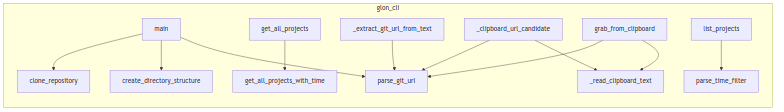
Earlier version of the Mermaid export project/calls.png (tom-sapletta-com/glon). Its source is kept beside it as project/calls.mmd. Source of this version:
```mermaid
flowchart LR
    subgraph glon_cli
        glon__cli__main["main"]
        glon__cli___extract_git_url_from_text["_extract_git_url_from_text"]
        glon__cli__create_directory_structure["create_directory_structure"]
        glon__cli__grab_from_clipboard["grab_from_clipboard"]
        glon__cli__get_all_projects_with_time["get_all_projects_with_time"]
        glon__cli__parse_git_url["parse_git_url"]
        glon__cli__list_projects["list_projects"]
        glon__cli___read_clipboard_text["_read_clipboard_text"]
        glon__cli__clone_repository["clone_repository"]
        glon__cli__parse_time_filter["parse_time_filter"]
        glon__cli__get_all_projects["get_all_projects"]
        glon__cli___clipboard_url_candidate["_clipboard_url_candidate"]
    end
    glon__cli__get_all_projects --> glon__cli__get_all_projects_with_time
    glon__cli___extract_git_url_from_text --> glon__cli__parse_git_url
    glon__cli___clipboard_url_candidate --> glon__cli___read_clipboard_text
    glon__cli___clipboard_url_candidate --> glon__cli__parse_git_url
    glon__cli__grab_from_clipboard --> glon__cli___read_clipboard_text
    glon__cli__grab_from_clipboard --> glon__cli__parse_git_url
    glon__cli__list_projects --> glon__cli__parse_time_filter
    glon__cli__main --> glon__cli__parse_git_url
    glon__cli__main --> glon__cli__create_directory_structure
    glon__cli__main --> glon__cli__clone_repository
```
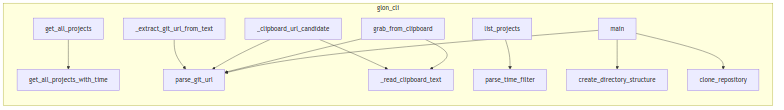
The same file after the commit.

What changed in the source:
```diff
@@ -1,17 +1,17 @@
 flowchart LR
     subgraph glon_cli
+        glon__cli__get_all_projects["get_all_projects"]
+        glon__cli__list_projects["list_projects"]
+        glon__cli__grab_from_clipboard["grab_from_clipboard"]
+        glon__cli___extract_git_url_from_text["_extract_git_url_from_text"]
+        glon__cli__parse_time_filter["parse_time_filter"]
+        glon__cli__create_directory_structure["create_directory_structure"]
+        glon__cli__parse_git_url["parse_git_url"]
+        glon__cli__get_all_projects_with_time["get_all_projects_with_time"]
+        glon__cli__clone_repository["clone_repository"]
         glon__cli__main["main"]
-        glon__cli___extract_git_url_from_text["_extract_git_url_from_text"]
-        glon__cli__create_directory_structure["create_directory_structure"]
-        glon__cli__grab_from_clipboard["grab_from_clipboard"]
-        glon__cli__get_all_projects_with_time["get_all_projects_with_time"]
-        glon__cli__parse_git_url["parse_git_url"]
-        glon__cli__list_projects["list_projects"]
+        glon__cli___clipboard_url_candidate["_clipboard_url_candidate"]
         glon__cli___read_clipboard_text["_read_clipboard_text"]
-        glon__cli__clone_repository["clone_repository"]
-        glon__cli__parse_time_filter["parse_time_filter"]
-        glon__cli__get_all_projects["get_all_projects"]
-        glon__cli___clipboard_url_candidate["_clipboard_url_candidate"]
     end
     glon__cli__get_all_projects --> glon__cli__get_all_projects_with_time
     glon__cli___extract_git_url_from_text --> glon__cli__parse_git_url
```
